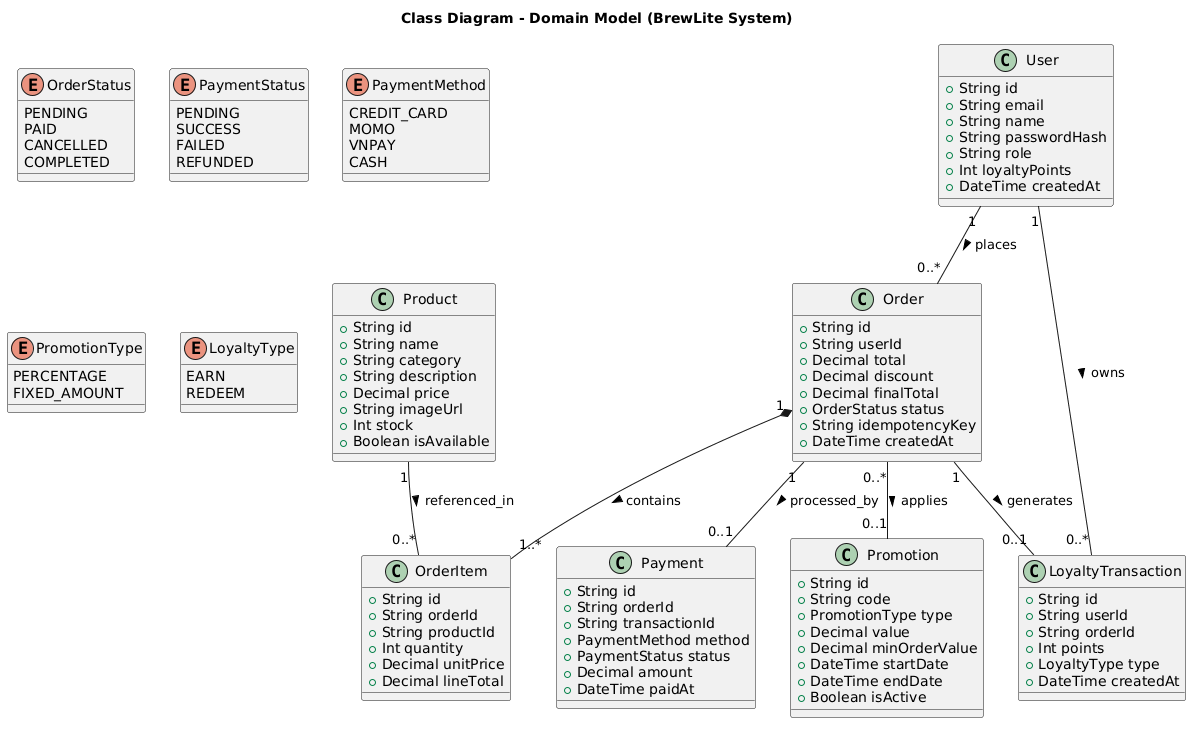
Earlier version of the PlantUML export docs/diagrams/class-diagram.png (DjCurse/BrewLite-2).
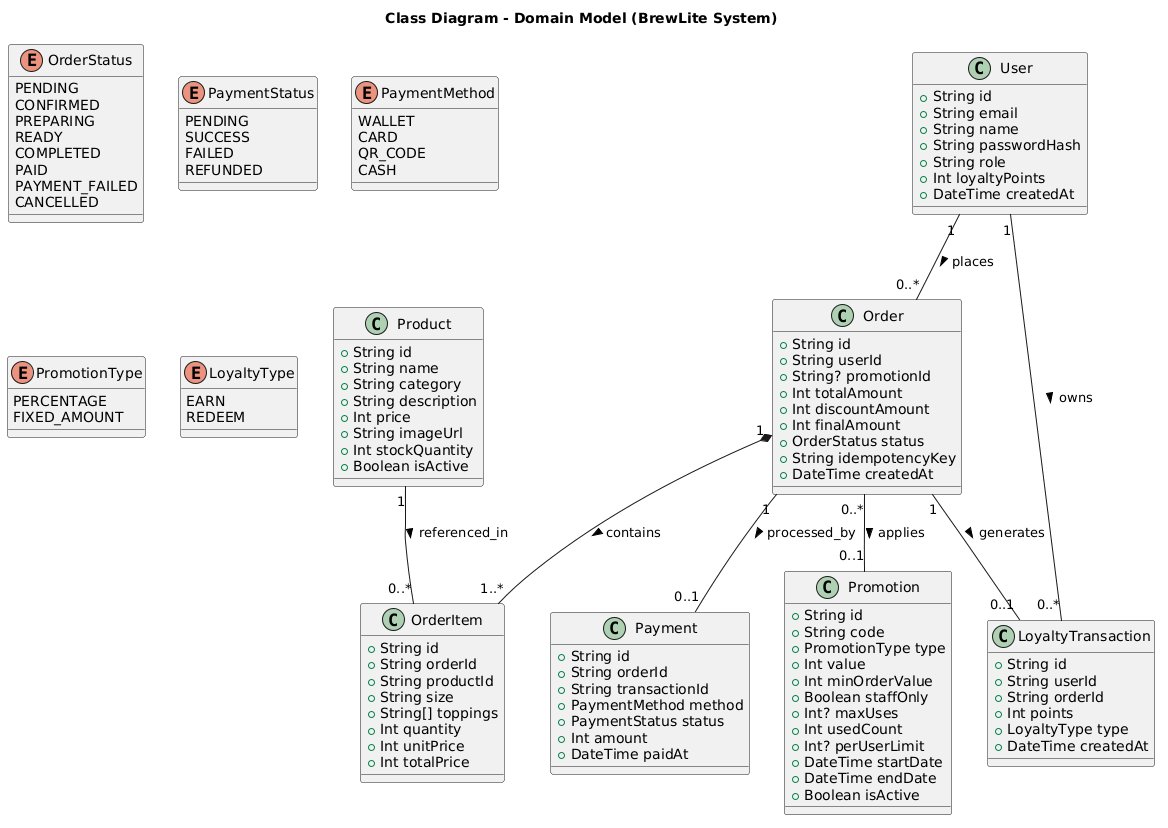
The same file after the commit.

The edit, as a diff of the source:
```diff
@@ -1,11 +1,16 @@
 @startuml
 title Class Diagram - Domain Model (BrewLite System)
 skinparam backgroundColor white
+
 enum OrderStatus {
     PENDING
+    CONFIRMED
+    PREPARING
+    READY
+    COMPLETED
     PAID
+    PAYMENT_FAILED
     CANCELLED
-    COMPLETED
 }
 
 enum PaymentStatus {
@@ -16,9 +21,9 @@
 }
 
 enum PaymentMethod {
-    CREDIT_CARD
-    MOMO
-    VNPAY
+    WALLET
+    CARD
+    QR_CODE
     CASH
 }
 
@@ -47,18 +52,19 @@
     + String name
     + String category
     + String description
-    + Decimal price
+    + Int price
     + String imageUrl
-    + Int stock
-    + Boolean isAvailable
+    + Int stockQuantity
+    + Boolean isActive
 }
 
 class Order {
     + String id
     + String userId
-    + Decimal total
-    + Decimal discount
-    + Decimal finalTotal
+    + String? promotionId
+    + Int totalAmount
+    + Int discountAmount
+    + Int finalAmount
     + OrderStatus status
     + String idempotencyKey
     + DateTime createdAt
@@ -68,9 +74,11 @@
     + String id
     + String orderId
     + String productId
+    + String size
+    + String[] toppings
     + Int quantity
-    + Decimal unitPrice
-    + Decimal lineTotal
+    + Int unitPrice
+    + Int totalPrice
 }
 
 class Payment {
@@ -79,7 +87,7 @@
     + String transactionId
     + PaymentMethod method
     + PaymentStatus status
-    + Decimal amount
+    + Int amount
     + DateTime paidAt
 }
 
@@ -87,8 +95,12 @@
     + String id
     + String code
     + PromotionType type
-    + Decimal value
-    + Decimal minOrderValue
+    + Int value
+    + Int minOrderValue
+    + Boolean staffOnly
+    + Int? maxUses
+    + Int usedCount
+    + Int? perUserLimit
     + DateTime startDate
     + DateTime endDate
     + Boolean isActive
@@ -111,6 +123,5 @@
 Order "0..*" -- "0..1" Promotion : applies >
 
 Product "1" -- "0..*" OrderItem : referenced_in >
-
 Order "1" -- "0..1" LoyaltyTransaction : generates >
 @enduml
```
